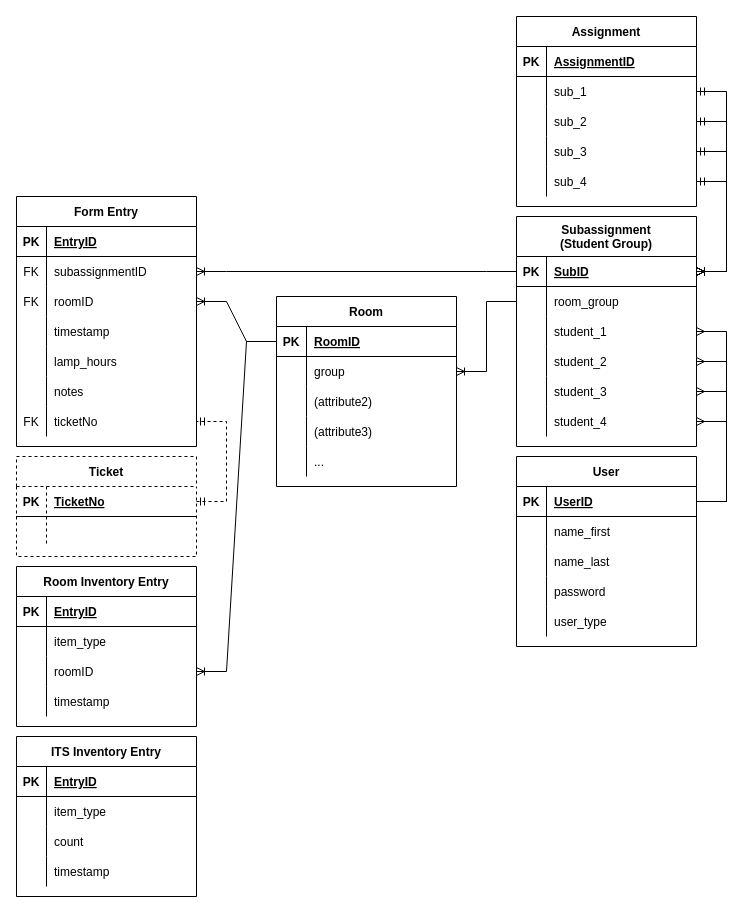
Earlier version of the draw.io diagram docs/ERD.drawio (Nmans01/cs341-project). Source tidied: cells renumbered, new cells numbered last; positions are measured from the earlier drawing's top-left corner, leaving out a move shared by most shapes. Both pictures are drawn from the tidied source at 100%, with x=0, y=0 at pixel (16, 16).
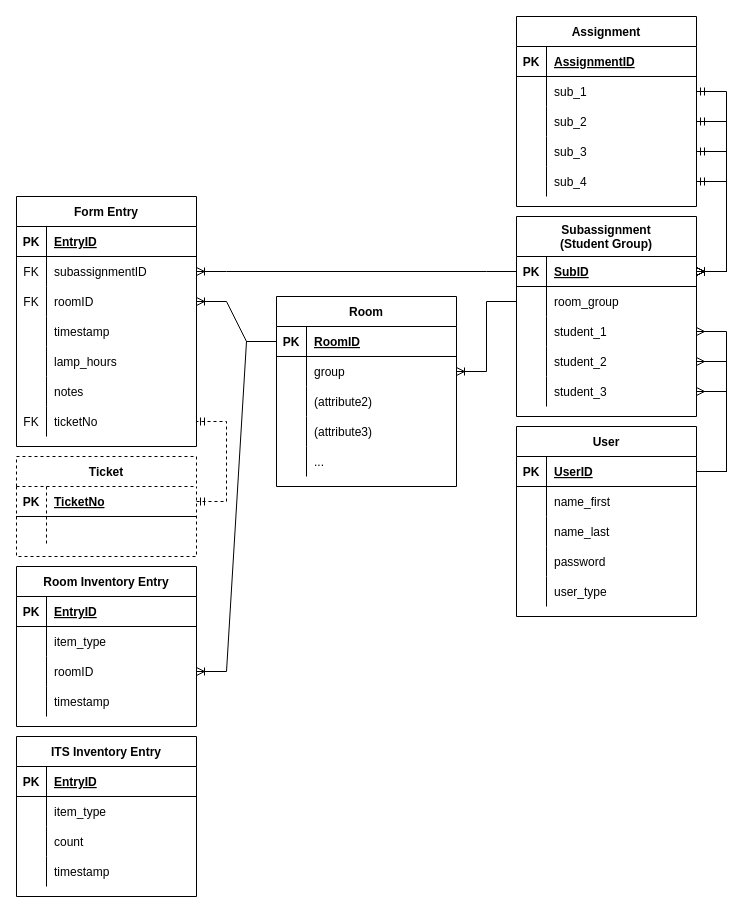
After the change.

The change refers to these unchanged cells:
```xml
<mxCell id="41" style="shape=tableRow;horizontal=0;startSize=0;swimlaneHead=0;swimlaneBody=0;fillColor=none;points=[[0,0.5],[1,0.5]];portConstraint=eastwest;top=0;left=0;right=0;bottom=1;" parent="40" vertex="1">
  <mxGeometry y="30" width="180" height="30" as="geometry" />
</mxCell>
```

What changed in the source:
```diff
@@
     <mxCell id="40" value="User" style="shape=table;startSize=30;childLayout=tableLayout;rowLines=0;fontStyle=1;align=center;" parent="1" vertex="1">
-      <mxGeometry x="500" y="440" width="180" height="190" as="geometry" />
+      <mxGeometry x="500" y="410" width="180" height="190" as="geometry" />
     </mxCell>
@@
     <mxCell id="95" value="&#10;Subassignment&#10;(Student Group)&#10;" style="shape=table;startSize=40;childLayout=tableLayout;rowLines=0;fontStyle=1;align=center;" parent="1" vertex="1">
-      <mxGeometry x="500" y="200" width="180" height="230" as="geometry" />
+      <mxGeometry x="500" y="200" width="180" height="200" as="geometry" />
     </mxCell>
@@
-    <mxCell id="111" style="shape=tableRow;horizontal=0;startSize=0;swimlaneHead=0;swimlaneBody=0;fillColor=none;points=[[0,0.5],[1,0.5]];portConstraint=eastwest;top=0;left=0;right=0;bottom=0;" parent="95" vertex="1">
-      <mxGeometry y="190" width="180" height="30" as="geometry" />
-    </mxCell>
-    <mxCell id="112" style="shape=partialRectangle;fillColor=none;top=0;left=0;bottom=0;right=0;overflow=hidden;" parent="111" vertex="1">
-      <mxGeometry width="30" height="30" as="geometry" />
-    </mxCell>
-    <mxCell id="113" value="student_4" style="shape=partialRectangle;fillColor=none;top=0;left=0;bottom=0;right=0;align=left;spacingLeft=6;overflow=hidden;" parent="111" vertex="1">
-      <mxGeometry x="30" width="150" height="30" as="geometry" />
-    </mxCell>
@@
-    <mxCell id="131" style="edgeStyle=entityRelationEdgeStyle;fontSize=12;html=1;endArrow=ERmany;rounded=0;exitX=1;exitY=0.5;exitDx=0;exitDy=0;" parent="1" edge="1" source="41" target="111">
-      <mxGeometry relative="1" as="geometry" />
-    </mxCell>
```
